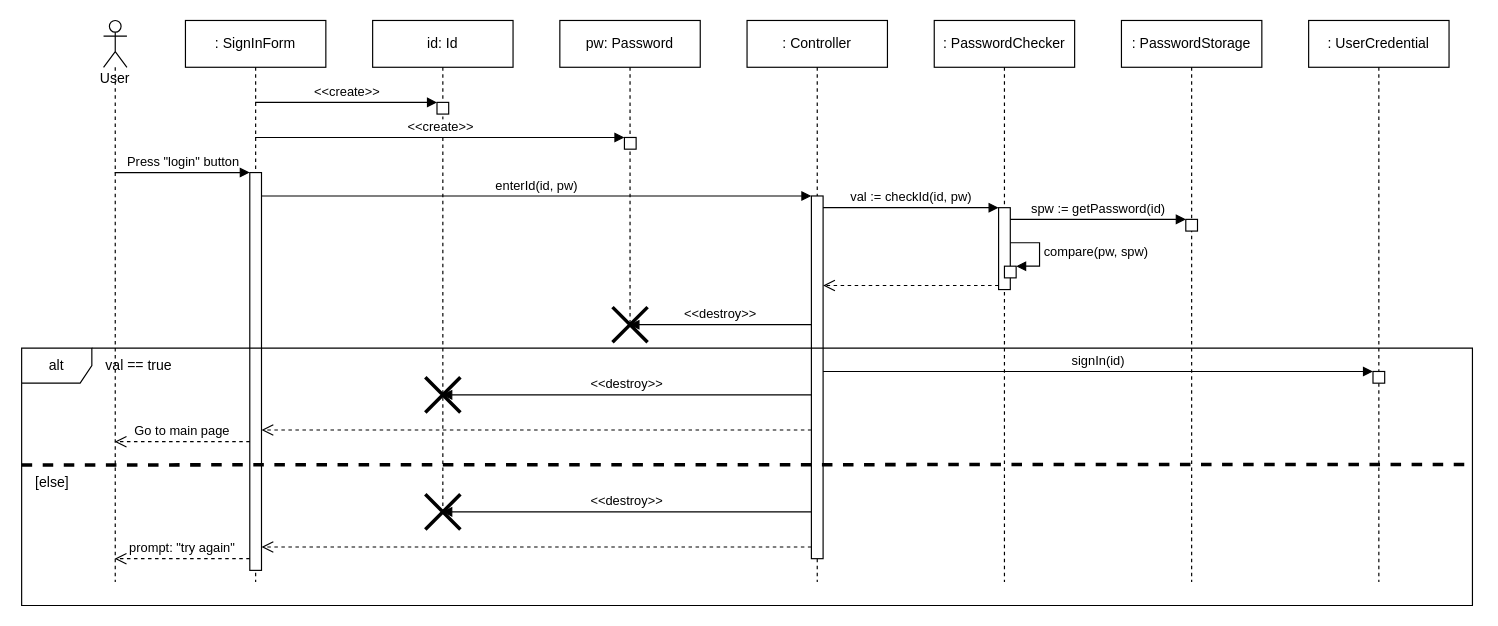
EatChangmyeong/software-engineering keeps this draw.io diagram as sequence diagram/Sequence Diagram 5.drawio. Above is the earlier version. Source tidied: cells renumbered, new cells numbered last; positions are measured from the earlier drawing's top-left corner, leaving out a move shared by most shapes. Both pictures are drawn from the tidied source at 117%, with x=0, y=0 at pixel (21, 20).
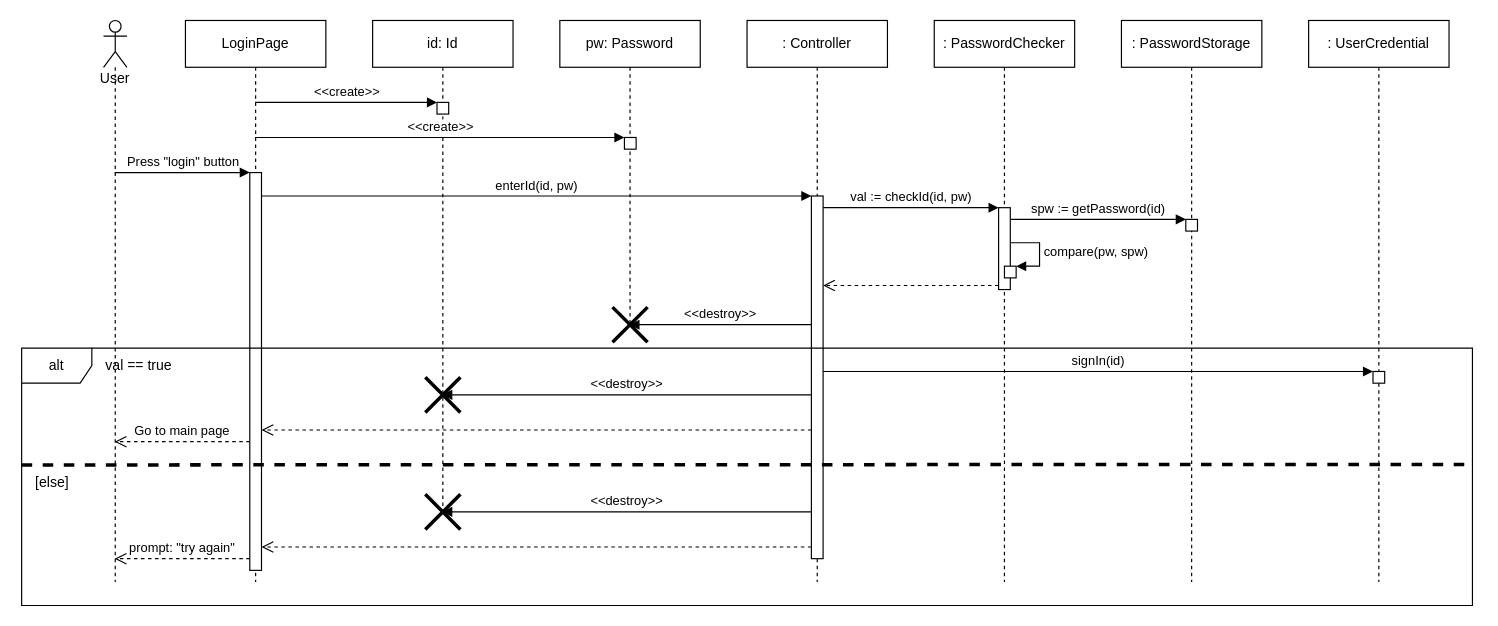
The same diagram, later.

The edit, as a diff of the source:
```diff
@@
-    <mxCell id="3" value="&lt;div&gt;: SignInForm&lt;/div&gt;" style="shape=umlLifeline;perimeter=lifelinePerimeter;whiteSpace=wrap;html=1;outlineConnect=0;" parent="1" vertex="1">
+    <mxCell id="3" value="&lt;div&gt;LoginPage&lt;/div&gt;" style="shape=umlLifeline;perimeter=lifelinePerimeter;whiteSpace=wrap;html=1;outlineConnect=0;" parent="1" vertex="1">
       <mxGeometry x="140" width="120" height="480" as="geometry" />
     </mxCell>
```
